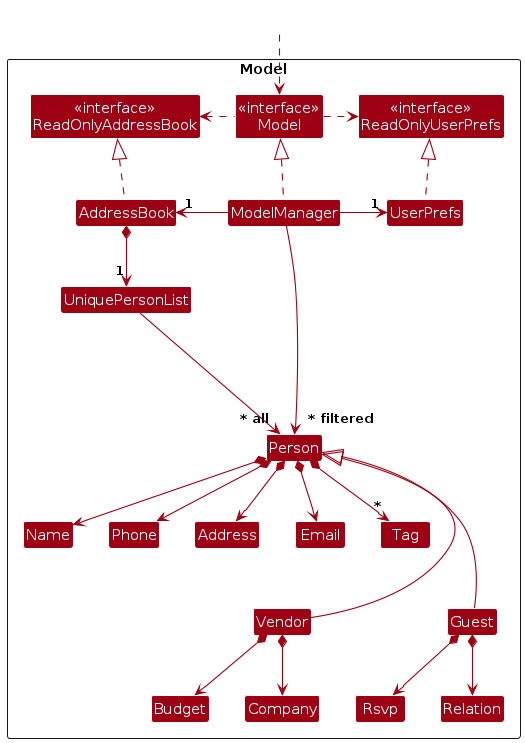
Before: diagrams/ModelClassDiagram.png, a diagram exported from PlantUML (AY2425S1-CS2103T-F09-3/tp). Its source is kept beside it as diagrams/ModelClassDiagram.puml.
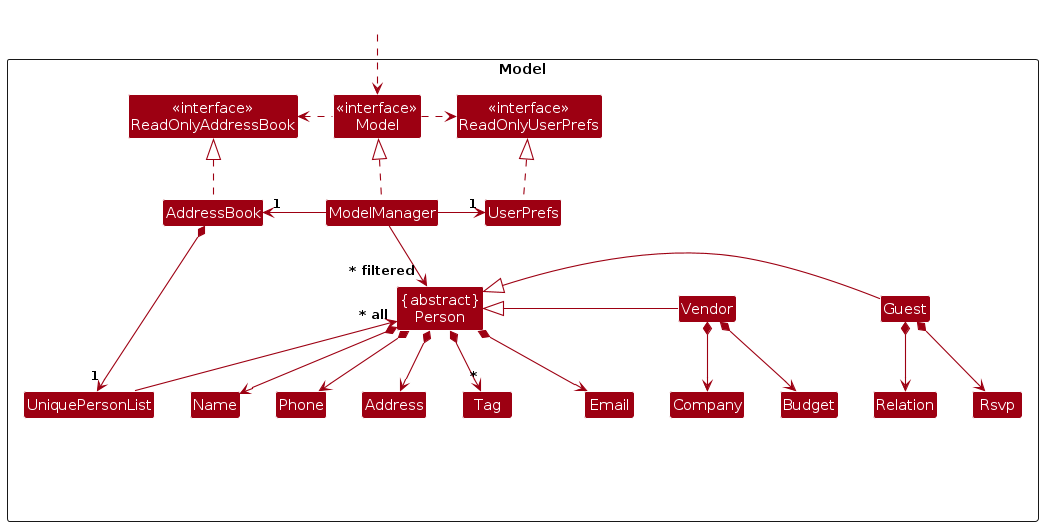
Later version of the same file.

Diff of the diagram source:
```diff
@@ -13,7 +13,7 @@
 Class UserPrefs
 
 Class UniquePersonList
-Class Person
+Class "{abstract}\nPerson" as Person
 Class Address
 Class Email
 Class Name
@@ -42,15 +42,15 @@
 UserPrefs .up.|> ReadOnlyUserPrefs
 
 AddressBook *--> "1" UniquePersonList
-UniquePersonList --> "~* all" Person
+UniquePersonList -up-> "~* all" Person
 Person *--> Name
 Person *--> Phone
 Person *--> Email
 Person *--> Address
 Person *--> "*" Tag
 
-Person <|--- Guest
-Person <|--- Vendor
+Person <|--right- Guest
+Person <|-right-- Vendor
 
 Guest *--> Rsvp
 Guest *--> Relation
@@ -65,4 +65,5 @@
 Address -[hidden]right-> Email
 
 ModelManager --> "~* filtered" Person
+
 @enduml
```
